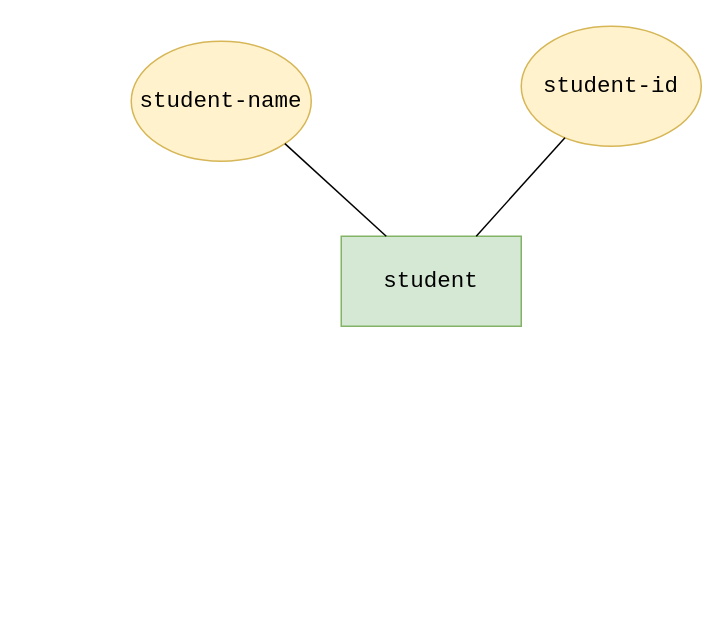
The draw.io diagram A-task3.drawio in sweeteryue/campus-carpool-system, before the edit. Source tidied: cells renumbered, new cells numbered last; positions are measured from the earlier drawing's top-left corner, leaving out a move shared by most shapes. Both pictures are drawn from the tidied source at 150%, with x=0, y=0 at pixel (130, 26).
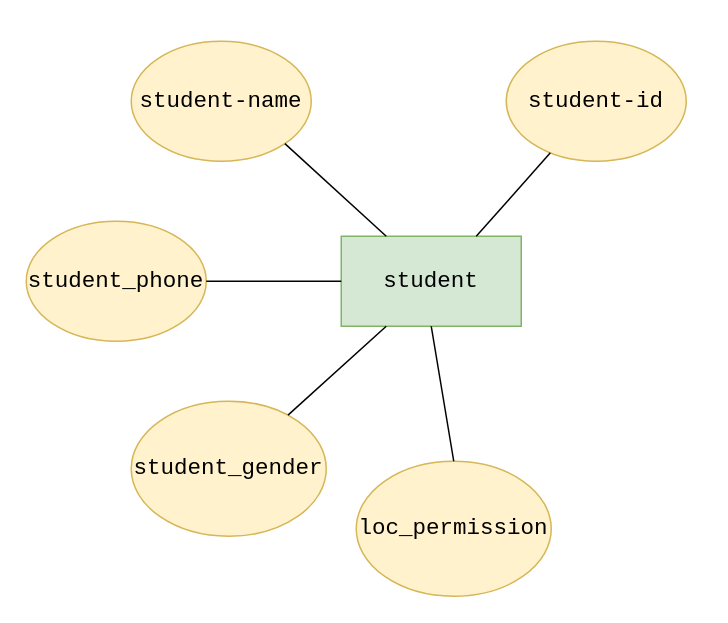
After the change.

The edit, as a diff of the source:
```diff
@@
 <mxGraphModel>
   <root>
     <mxCell id="0" />
     <mxCell id="1" parent="0" />
     <mxCell id="2" value="&lt;font face=&quot;Courier New&quot; style=&quot;font-size: 15px;&quot;&gt;student&lt;/font&gt;" style="rounded=0;whiteSpace=wrap;html=1;fillColor=#d5e8d4;strokeColor=#82b366;" parent="1" vertex="1">
       <mxGeometry x="140" y="140" width="120" height="60" as="geometry" />
     </mxCell>
     <mxCell id="3" value="&lt;font face=&quot;Courier New&quot; style=&quot;font-size: 15px;&quot;&gt;student-name&lt;/font&gt;" style="ellipse;whiteSpace=wrap;html=1;shapeInside=1;fillColor=#fff2cc;strokeColor=#d6b656;" parent="1" vertex="1">
       <mxGeometry y="10" width="120" height="80" as="geometry" />
     </mxCell>
     <mxCell id="4" style="endArrow=none;html=1;rounded=0;defaultLabelBackgroundColor=page;exitX=0.25;exitY=0;exitDx=0;exitDy=0;entryX=1;entryY=1;entryDx=0;entryDy=0;" parent="1" edge="1" source="2" target="3">
       <mxGeometry relative="1" as="geometry" />
     </mxCell>
-    <mxCell id="5" value="&lt;font face=&quot;Courier New&quot;&gt;&lt;span style=&quot;font-size: 15px;&quot;&gt;student-id&lt;/span&gt;&lt;/font&gt;" style="ellipse;whiteSpace=wrap;html=1;shapeInside=1;fillColor=#fff2cc;strokeColor=#d6b656;" parent="1" vertex="1">
-      <mxGeometry x="260" width="120" height="80" as="geometry" />
+    <mxCell id="5" value="&lt;font face=&quot;Courier New&quot;&gt;&lt;span style=&quot;font-size: 15px;&quot;&gt;student-id&lt;/span&gt;&lt;/font&gt;" style="ellipse;whiteSpace=wrap;html=1;shapeInside=1;fillColor=#fff2cc;strokeColor=#d6b656;align=center;" parent="1" vertex="1">
+      <mxGeometry x="250" y="10" width="120" height="80" as="geometry" />
     </mxCell>
     <mxCell id="6" style="endArrow=none;html=1;rounded=0;defaultLabelBackgroundColor=page;exitX=0.75;exitY=0;exitDx=0;exitDy=0;" parent="1" edge="1" source="2" target="5">
       <mxGeometry relative="1" as="geometry" />
     </mxCell>
+    <mxCell id="7" value="&lt;font face=&quot;Courier New&quot; style=&quot;font-size: 15px;&quot;&gt;student_phone&lt;/font&gt;" style="ellipse;whiteSpace=wrap;html=1;shapeInside=1;fillColor=#fff2cc;strokeColor=#d6b656;" parent="1" vertex="1">
+      <mxGeometry x="-70" y="130" width="120" height="80" as="geometry" />
+    </mxCell>
+    <mxCell id="8" style="endArrow=none;html=1;rounded=0;defaultLabelBackgroundColor=page;exitX=1;exitY=0.5;exitDx=0;exitDy=0;entryX=0;entryY=0.5;entryDx=0;entryDy=0;" parent="1" edge="1" source="7" target="2">
+      <mxGeometry x="-0.77" relative="1" as="geometry">
+        <Array as="points">
+          <mxPoint x="50" y="170" />
+        </Array>
+      </mxGeometry>
+    </mxCell>
+    <mxCell id="9" value="&lt;font face=&quot;Courier New&quot; style=&quot;font-size: 15px;&quot;&gt;student_gender&lt;/font&gt;" style="ellipse;whiteSpace=wrap;html=1;shapeInside=1;fillColor=#fff2cc;strokeColor=#d6b656;" parent="1" vertex="1">
+      <mxGeometry y="250" width="130" height="90" as="geometry" />
+    </mxCell>
+    <mxCell id="10" style="endArrow=none;html=1;rounded=0;defaultLabelBackgroundColor=page;entryX=0.25;entryY=1;entryDx=0;entryDy=0;" parent="1" edge="1" source="9" target="2">
+      <mxGeometry x="-0.25" relative="1" as="geometry" />
+    </mxCell>
+    <mxCell id="11" value="&lt;font face=&quot;Courier New&quot; style=&quot;font-size: 15px;&quot;&gt;loc_permission&lt;/font&gt;" style="ellipse;whiteSpace=wrap;html=1;shapeInside=1;fillColor=#fff2cc;strokeColor=#d6b656;" parent="1" vertex="1">
+      <mxGeometry x="150" y="290" width="130" height="90" as="geometry" />
+    </mxCell>
+    <mxCell id="12" style="endArrow=none;html=1;rounded=0;defaultLabelBackgroundColor=page;entryX=0.5;entryY=1;entryDx=0;entryDy=0;exitX=0.5;exitY=0;exitDx=0;exitDy=0;" parent="1" edge="1" source="11" target="2">
+      <mxGeometry relative="1" as="geometry" />
+    </mxCell>
   </root>
 </mxGraphModel>
```
